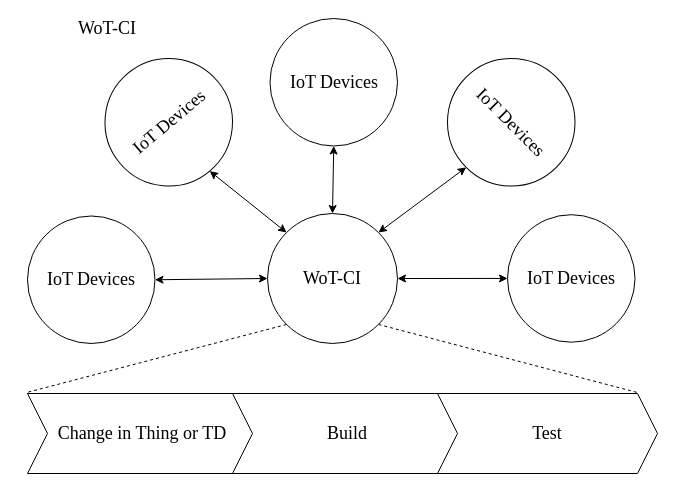
Earlier version of the draw.io diagram page "Page-8" (8 of 9) of SystemAll.drawio (ctmuthu/wot-sys-ci). Source tidied: cells renumbered, new cells numbered last; positions are measured from the earlier drawing's top-left corner, leaving out a move shared by most shapes. Both pictures are drawn from the tidied source at 100%, with x=0, y=0 at pixel (17, 18).
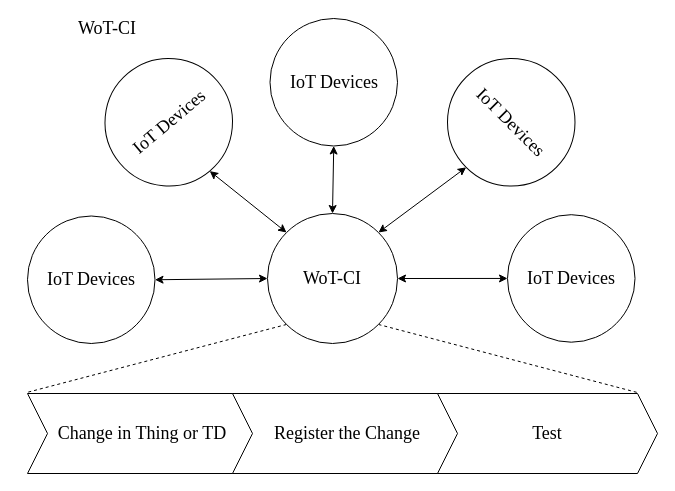
The same page after the edit.

Diff of the diagram source:
```diff
@@
 <mxGraphModel>
   <root>
     <mxCell id="0" />
     <mxCell id="1" parent="0" />
     <mxCell id="2" style="edgeStyle=none;rounded=0;jettySize=auto;html=1;exitX=1;exitY=0.5;exitDx=0;exitDy=0;entryX=0;entryY=0.5;entryDx=0;entryDy=0;startArrow=classic;startFill=1;endArrow=classic;endFill=1;" parent="1" edge="1" source="3" target="8">
       <mxGeometry relative="1" as="geometry" />
     </mxCell>
     <mxCell id="3" value="&lt;span style=&quot;font-family: &amp;#34;times new roman&amp;#34; ; font-size: 18px ; background-color: rgb(255 , 255 , 255)&quot;&gt;IoT Devices&lt;/span&gt;" style="ellipse;whiteSpace=wrap;html=1;rotation=0;" parent="1" vertex="1">
       <mxGeometry x="10" y="197.5" width="127.5" height="127.5" as="geometry" />
     </mxCell>
     <mxCell id="4" style="edgeStyle=none;rounded=0;jettySize=auto;html=1;exitX=0;exitY=1;exitDx=0;exitDy=0;entryX=-0.004;entryY=-0.012;entryDx=0;entryDy=0;entryPerimeter=0;startArrow=none;startFill=0;endArrow=none;endFill=0;dashed=1;" parent="1" edge="1" source="8" target="9">
       <mxGeometry relative="1" as="geometry" />
     </mxCell>
     <mxCell id="5" style="edgeStyle=none;rounded=0;jettySize=auto;html=1;exitX=1;exitY=1;exitDx=0;exitDy=0;entryX=0.909;entryY=-0.012;entryDx=0;entryDy=0;entryPerimeter=0;dashed=1;startArrow=none;startFill=0;endArrow=none;endFill=0;" parent="1" edge="1" source="8" target="12">
       <mxGeometry relative="1" as="geometry" />
     </mxCell>
     <mxCell id="6" style="edgeStyle=none;rounded=0;jettySize=auto;html=1;exitX=1;exitY=0;exitDx=0;exitDy=0;entryX=0.5;entryY=1;entryDx=0;entryDy=0;startArrow=classic;startFill=1;endArrow=classic;endFill=1;" parent="1" edge="1" source="8" target="17">
       <mxGeometry relative="1" as="geometry" />
     </mxCell>
     <mxCell id="7" style="edgeStyle=none;rounded=0;jettySize=auto;html=1;exitX=1;exitY=0.5;exitDx=0;exitDy=0;entryX=0;entryY=0.5;entryDx=0;entryDy=0;startArrow=classic;startFill=1;endArrow=classic;endFill=1;" parent="1" edge="1" source="8" target="18">
       <mxGeometry relative="1" as="geometry" />
     </mxCell>
     <mxCell id="8" value="&lt;font face=&quot;Times New Roman&quot; style=&quot;font-size: 18px&quot;&gt;WoT-CI&lt;/font&gt;" style="ellipse;whiteSpace=wrap;html=1;" parent="1" vertex="1">
       <mxGeometry x="250" y="195" width="130" height="130" as="geometry" />
     </mxCell>
     <mxCell id="9" value="&lt;font face=&quot;Times New Roman&quot; style=&quot;font-size: 18px&quot;&gt;Change in Thing or TD&lt;/font&gt;" style="shape=step;perimeter=stepPerimeter;whiteSpace=wrap;html=1;fixedSize=1;" parent="1" vertex="1">
       <mxGeometry x="10" y="375" width="230" height="80" as="geometry" />
     </mxCell>
     <mxCell id="10" value="&lt;font face=&quot;Times New Roman&quot; style=&quot;font-size: 18px&quot;&gt;WoT-CI&lt;/font&gt;" style="text;html=1;strokeColor=none;fillColor=none;align=center;verticalAlign=middle;whiteSpace=wrap;rounded=0;" parent="1" vertex="1">
       <mxGeometry width="180" height="20" as="geometry" />
     </mxCell>
-    <mxCell id="11" value="&lt;font face=&quot;Times New Roman&quot; style=&quot;font-size: 18px&quot;&gt;Build&lt;/font&gt;" style="shape=step;perimeter=stepPerimeter;whiteSpace=wrap;html=1;fixedSize=1;" parent="1" vertex="1">
+    <mxCell id="11" value="&lt;font face=&quot;Times New Roman&quot;&gt;&lt;span style=&quot;font-size: 18px&quot;&gt;Register the Change&lt;/span&gt;&lt;/font&gt;" style="shape=step;perimeter=stepPerimeter;whiteSpace=wrap;html=1;fixedSize=1;" parent="1" vertex="1">
       <mxGeometry x="215" y="375" width="230" height="80" as="geometry" />
     </mxCell>
     <mxCell id="12" value="&lt;font face=&quot;Times New Roman&quot; style=&quot;font-size: 18px&quot;&gt;Test&lt;/font&gt;" style="shape=step;perimeter=stepPerimeter;whiteSpace=wrap;html=1;fixedSize=1;" parent="1" vertex="1">
       <mxGeometry x="420" y="375" width="220" height="80" as="geometry" />
     </mxCell>
     <mxCell id="13" style="edgeStyle=none;rounded=0;jettySize=auto;html=1;exitX=0.5;exitY=1;exitDx=0;exitDy=0;entryX=0;entryY=0;entryDx=0;entryDy=0;startArrow=classic;startFill=1;endArrow=classic;endFill=1;" parent="1" edge="1" source="14" target="8">
       <mxGeometry relative="1" as="geometry" />
     </mxCell>
     <mxCell id="14" value="&lt;span style=&quot;font-family: &amp;#34;times new roman&amp;#34; ; font-size: 18px&quot;&gt;IoT Devices&lt;/span&gt;" style="ellipse;whiteSpace=wrap;html=1;rotation=-40;" parent="1" vertex="1">
       <mxGeometry x="87.5" y="40" width="127.5" height="127.5" as="geometry" />
     </mxCell>
     <mxCell id="15" style="edgeStyle=none;rounded=0;jettySize=auto;html=1;exitX=0.5;exitY=1;exitDx=0;exitDy=0;entryX=0.5;entryY=0;entryDx=0;entryDy=0;startArrow=classic;startFill=1;endArrow=classic;endFill=1;" parent="1" edge="1" source="16" target="8">
       <mxGeometry relative="1" as="geometry" />
     </mxCell>
     <mxCell id="16" value="&lt;span style=&quot;font-family: &amp;#34;times new roman&amp;#34; ; font-size: 18px ; background-color: rgb(255 , 255 , 255)&quot;&gt;IoT Devices&lt;/span&gt;" style="ellipse;whiteSpace=wrap;html=1;rotation=0;" parent="1" vertex="1">
       <mxGeometry x="252.5" width="127.5" height="127.5" as="geometry" />
     </mxCell>
     <mxCell id="17" value="&lt;span style=&quot;font-family: &amp;#34;times new roman&amp;#34; ; font-size: 18px&quot;&gt;IoT Devices&lt;/span&gt;" style="ellipse;whiteSpace=wrap;html=1;rotation=45;" parent="1" vertex="1">
       <mxGeometry x="430" y="40" width="127.5" height="127.5" as="geometry" />
     </mxCell>
     <mxCell id="18" value="&lt;span style=&quot;font-family: &amp;#34;times new roman&amp;#34; ; font-size: 18px ; background-color: rgb(255 , 255 , 255)&quot;&gt;IoT Devices&lt;/span&gt;" style="ellipse;whiteSpace=wrap;html=1;rotation=0;" parent="1" vertex="1">
       <mxGeometry x="490" y="196.2" width="127.5" height="127.5" as="geometry" />
     </mxCell>
   </root>
 </mxGraphModel>
```
